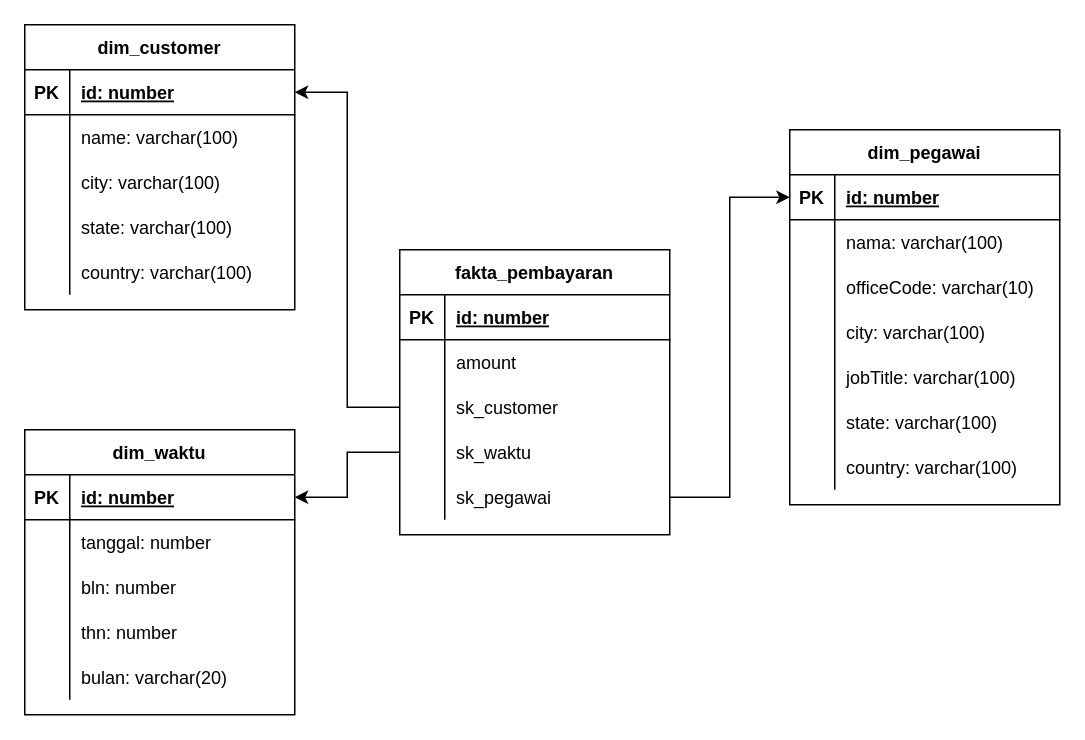
This is page "payment" (1 of 2) of tm-4/desain-dwh.drawio from Naranindya11/dwh-d, a draw.io file, before an edit. Source tidied: cells renumbered, new cells numbered last; positions are measured from the earlier drawing's top-left corner, leaving out a move shared by most shapes. Both pictures are drawn from the tidied source at 150%, with x=0, y=0 at pixel (24, 24).
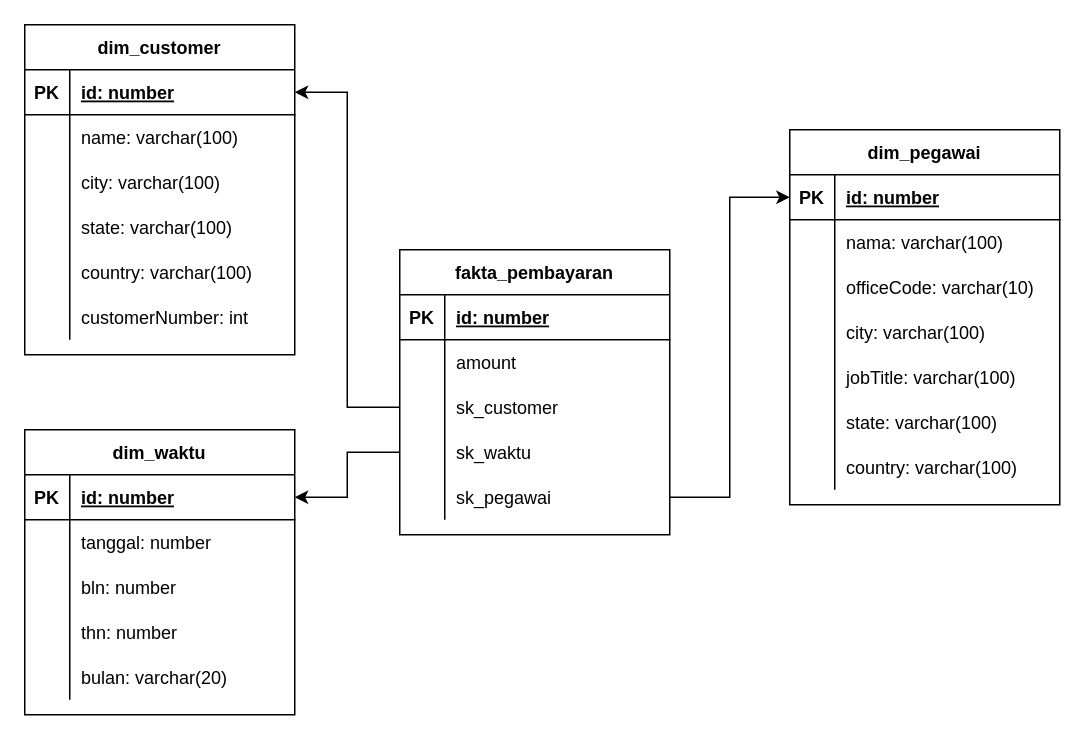
After the change.

The edit, as a diff of the source:
```diff
@@
     <mxCell id="18" value="dim_customer" style="shape=table;startSize=30;childLayout=tableLayout;rowLines=0;fontStyle=1;align=center;" parent="1" vertex="1">
-      <mxGeometry width="180" height="190" as="geometry" />
+      <mxGeometry width="180" height="220" as="geometry" />
     </mxCell>
@@
+    <mxCell id="75" style="shape=partialRectangle;fillColor=none;top=0;left=0;bottom=0;right=0;" parent="18" vertex="1">
+      <mxGeometry y="180" width="180" height="30" as="geometry" />
+    </mxCell>
+    <mxCell id="76" style="shape=partialRectangle;fillColor=none;top=0;left=0;bottom=0;right=0;overflow=hidden;" parent="75" vertex="1">
+      <mxGeometry width="30" height="30" as="geometry" />
+    </mxCell>
+    <mxCell id="77" value="customerNumber: int" style="shape=partialRectangle;fillColor=none;top=0;left=0;bottom=0;right=0;align=left;spacingLeft=6;overflow=hidden;" parent="75" vertex="1">
+      <mxGeometry x="30" width="150" height="30" as="geometry" />
+    </mxCell>
```
